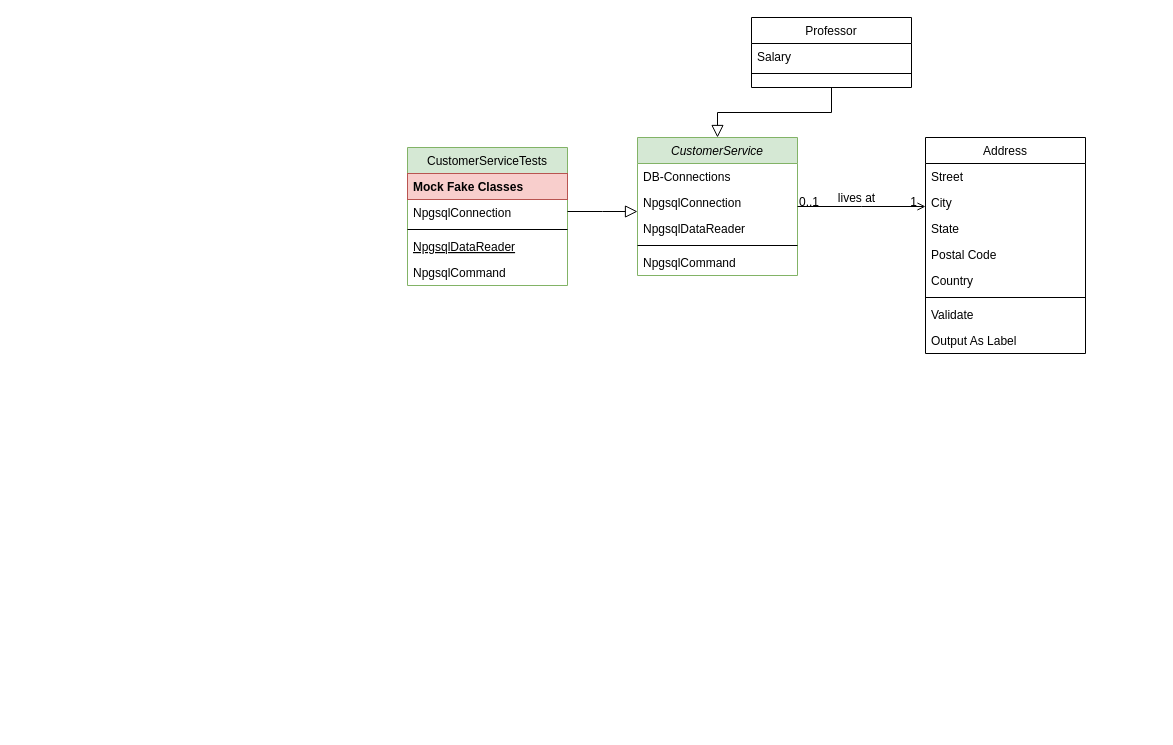
The draw.io diagram Untitled Diagram.drawio in Nishant1719/Portfolio, before the edit. Source tidied: cells renumbered, new cells numbered last; positions are measured from the earlier drawing's top-left corner, leaving out a move shared by most shapes. Both pictures are drawn from the tidied source at 100%, with x=0, y=0 at pixel (407, 17).
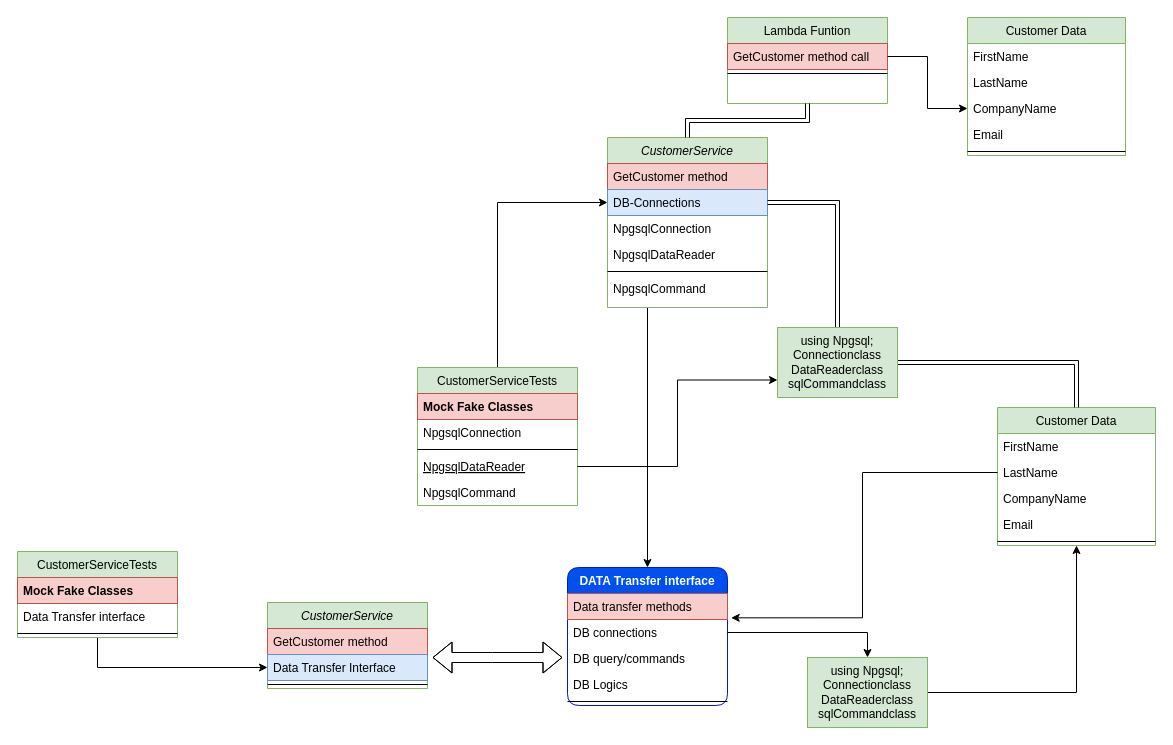
After the change.

Unchanged cells that the change refers to:
```xml
<mxCell id="12" value="NpgsqlDataReader" style="text;align=left;verticalAlign=top;spacingLeft=4;spacingRight=4;overflow=hidden;points=[[0,0.5],[1,0.5]];portConstraint=eastwest;fontStyle=4;" parent="8" vertex="1">
  <mxGeometry y="86" width="160" height="26" as="geometry" />
</mxCell>
```

Change to the diagram source:
```diff
@@
+    <mxCell id="32" style="edgeStyle=orthogonalEdgeStyle;rounded=0;jettySize=auto;html=1;exitX=0.25;exitY=1;exitDx=0;exitDy=0;" parent="1" edge="1" source="2" target="46">
+      <mxGeometry relative="1" as="geometry" />
+    </mxCell>
     <mxCell id="2" value="CustomerService" style="swimlane;fontStyle=2;align=center;verticalAlign=top;horizontal=1;startSize=26;rounded=0;shadow=0;strokeWidth=1;fillColor=#d5e8d4;strokeColor=#82b366;" parent="1" vertex="1">
-      <mxGeometry x="230" y="120" width="160" height="138" as="geometry" />
+      <mxGeometry x="200" y="120" width="160" height="170" as="geometry" />
     </mxCell>
+    <mxCell id="33" value="GetCustomer method" style="text;align=left;verticalAlign=top;spacingLeft=4;spacingRight=4;overflow=hidden;fillColor=#f8cecc;strokeColor=#b85450;" parent="2" vertex="1">
+      <mxGeometry y="26" width="160" height="26" as="geometry" />
+    </mxCell>
-    <mxCell id="3" value="DB-Connections " style="text;align=left;verticalAlign=top;spacingLeft=4;spacingRight=4;overflow=hidden;points=[[0,0.5],[1,0.5]];portConstraint=eastwest;" parent="2" vertex="1">
-      <mxGeometry y="26" width="160" height="26" as="geometry" />
+    <mxCell id="3" value="DB-Connections " style="text;align=left;verticalAlign=top;spacingLeft=4;spacingRight=4;overflow=hidden;points=[[0,0.5],[1,0.5]];portConstraint=eastwest;fillColor=#dae8fc;strokeColor=#6c8ebf;" parent="2" vertex="1">
+      <mxGeometry y="52" width="160" height="26" as="geometry" />
     </mxCell>
     <mxCell id="4" value="NpgsqlConnection" style="text;align=left;verticalAlign=top;spacingLeft=4;spacingRight=4;overflow=hidden;rounded=0;shadow=0;html=0;" parent="2" vertex="1">
-      <mxGeometry y="52" width="160" height="26" as="geometry" />
+      <mxGeometry y="78" width="160" height="26" as="geometry" />
     </mxCell>
     <mxCell id="5" value="NpgsqlDataReader" style="text;align=left;verticalAlign=top;spacingLeft=4;spacingRight=4;overflow=hidden;rounded=0;shadow=0;html=0;" parent="2" vertex="1">
-      <mxGeometry y="78" width="160" height="26" as="geometry" />
+      <mxGeometry y="104" width="160" height="26" as="geometry" />
     </mxCell>
     <mxCell id="6" style="line;html=1;strokeWidth=1;align=left;verticalAlign=middle;spacingTop=-1;spacingLeft=3;spacingRight=3;labelPosition=right;" parent="2" vertex="1">
-      <mxGeometry y="104" width="160" height="8" as="geometry" />
+      <mxGeometry y="130" width="160" height="8" as="geometry" />
     </mxCell>
     <mxCell id="7" value="NpgsqlCommand" style="text;align=left;verticalAlign=top;spacingLeft=4;spacingRight=4;overflow=hidden;" parent="2" vertex="1">
-      <mxGeometry y="112" width="160" height="26" as="geometry" />
+      <mxGeometry y="138" width="160" height="22" as="geometry" />
     </mxCell>
+    <mxCell id="34" style="edgeStyle=orthogonalEdgeStyle;rounded=0;jettySize=auto;html=1;entryX=0;entryY=0.5;entryDx=0;entryDy=0;" parent="1" edge="1" source="8" target="3">
+      <mxGeometry relative="1" as="geometry" />
+    </mxCell>
     <mxCell id="8" value="CustomerServiceTests" style="swimlane;fontStyle=0;align=center;verticalAlign=top;horizontal=1;startSize=26;rounded=0;shadow=0;strokeWidth=1;fillColor=#d5e8d4;strokeColor=#82b366;" parent="1" vertex="1">
-      <mxGeometry y="130" width="160" height="138" as="geometry" />
+      <mxGeometry x="10" y="350" width="160" height="138" as="geometry" />
     </mxCell>
@@
-    <mxCell id="14" style="endArrow=block;endSize=10;endFill=0;shadow=0;strokeWidth=1;rounded=0;edgeStyle=elbowEdgeStyle;elbow=vertical;" parent="1" edge="1" source="8" target="2">
-      <mxGeometry relative="1" as="geometry" />
-    </mxCell>
-    <mxCell id="15" value="Professor" style="swimlane;fontStyle=0;align=center;verticalAlign=top;horizontal=1;startSize=26;rounded=0;shadow=0;strokeWidth=1;" parent="1" vertex="1">
-      <mxGeometry x="344" width="160" height="70" as="geometry" />
+    <mxCell id="15" value="Lambda Funtion" style="swimlane;fontStyle=0;align=center;verticalAlign=top;horizontal=1;startSize=26;rounded=0;shadow=0;strokeWidth=1;fillColor=#d5e8d4;strokeColor=#82b366;" parent="1" vertex="1">
+      <mxGeometry x="320" width="160" height="86" as="geometry" />
     </mxCell>
-    <mxCell id="16" value="Salary" style="text;align=left;verticalAlign=top;spacingLeft=4;spacingRight=4;overflow=hidden;points=[[0,0.5],[1,0.5]];portConstraint=eastwest;" parent="15" vertex="1">
+    <mxCell id="16" value="GetCustomer method call" style="text;align=left;verticalAlign=top;spacingLeft=4;spacingRight=4;overflow=hidden;points=[[0,0.5],[1,0.5]];portConstraint=eastwest;fillColor=#f8cecc;strokeColor=#b85450;" parent="15" vertex="1">
       <mxGeometry y="26" width="160" height="26" as="geometry" />
     </mxCell>
@@
-    <mxCell id="18" style="endArrow=block;endSize=10;endFill=0;shadow=0;strokeWidth=1;rounded=0;edgeStyle=elbowEdgeStyle;elbow=vertical;" parent="1" edge="1" source="15" target="2">
+    <mxCell id="18" style="endArrow=block;endFill=0;shadow=0;strokeWidth=1;rounded=0;edgeStyle=elbowEdgeStyle;elbow=vertical;shape=link;" parent="1" edge="1" source="15" target="2">
       <mxGeometry relative="1" as="geometry" />
     </mxCell>
-    <mxCell id="19" value="Address" style="swimlane;fontStyle=0;align=center;verticalAlign=top;horizontal=1;startSize=26;rounded=0;shadow=0;strokeWidth=1;" parent="1" vertex="1">
-      <mxGeometry x="518" y="120" width="160" height="216" as="geometry" />
+    <mxCell id="19" value="Customer Data" style="swimlane;fontStyle=0;align=center;verticalAlign=top;horizontal=1;startSize=26;rounded=0;shadow=0;strokeWidth=1;fillColor=#d5e8d4;strokeColor=#82b366;" parent="1" vertex="1">
+      <mxGeometry x="560" width="158" height="138" as="geometry" />
     </mxCell>
-    <mxCell id="20" value="Street" style="text;align=left;verticalAlign=top;spacingLeft=4;spacingRight=4;overflow=hidden;" parent="19" vertex="1">
-      <mxGeometry y="26" width="160" height="26" as="geometry" />
+    <mxCell id="20" value="FirstName " style="text;align=left;verticalAlign=top;spacingLeft=4;spacingRight=4;overflow=hidden;" parent="19" vertex="1">
+      <mxGeometry y="26" width="158" height="26" as="geometry" />
     </mxCell>
-    <mxCell id="21" value="City" style="text;align=left;verticalAlign=top;spacingLeft=4;spacingRight=4;overflow=hidden;rounded=0;shadow=0;html=0;" parent="19" vertex="1">
-      <mxGeometry y="52" width="160" height="26" as="geometry" />
+    <mxCell id="21" value="LastName" style="text;align=left;verticalAlign=top;spacingLeft=4;spacingRight=4;overflow=hidden;rounded=0;shadow=0;html=0;" parent="19" vertex="1">
+      <mxGeometry y="52" width="158" height="26" as="geometry" />
     </mxCell>
-    <mxCell id="22" value="State" style="text;align=left;verticalAlign=top;spacingLeft=4;spacingRight=4;overflow=hidden;points=[[0,0.5],[1,0.5]];portConstraint=eastwest;rounded=0;shadow=0;html=0;" parent="19" vertex="1">
-      <mxGeometry y="78" width="160" height="26" as="geometry" />
+    <mxCell id="22" value="CompanyName " style="text;align=left;verticalAlign=top;spacingLeft=4;spacingRight=4;overflow=hidden;points=[[0,0.5],[1,0.5]];portConstraint=eastwest;rounded=0;shadow=0;html=0;" parent="19" vertex="1">
+      <mxGeometry y="78" width="158" height="26" as="geometry" />
     </mxCell>
-    <mxCell id="23" value="Postal Code" style="text;align=left;verticalAlign=top;spacingLeft=4;spacingRight=4;overflow=hidden;rounded=0;shadow=0;html=0;" parent="19" vertex="1">
-      <mxGeometry y="104" width="160" height="26" as="geometry" />
+    <mxCell id="23" value="Email" style="text;align=left;verticalAlign=top;spacingLeft=4;spacingRight=4;overflow=hidden;rounded=0;shadow=0;html=0;" parent="19" vertex="1">
+      <mxGeometry y="104" width="158" height="26" as="geometry" />
     </mxCell>
-    <mxCell id="24" value="Country" style="text;align=left;verticalAlign=top;spacingLeft=4;spacingRight=4;overflow=hidden;rounded=0;shadow=0;html=0;" parent="19" vertex="1">
-      <mxGeometry y="130" width="160" height="26" as="geometry" />
-    </mxCell>
     <mxCell id="25" style="line;html=1;strokeWidth=1;align=left;verticalAlign=middle;spacingTop=-1;spacingLeft=3;spacingRight=3;labelPosition=right;" parent="19" vertex="1">
-      <mxGeometry y="156" width="160" height="8" as="geometry" />
+      <mxGeometry y="130" width="158" height="8" as="geometry" />
     </mxCell>
-    <mxCell id="26" value="Validate" style="text;align=left;verticalAlign=top;spacingLeft=4;spacingRight=4;overflow=hidden;" parent="19" vertex="1">
-      <mxGeometry y="164" width="160" height="26" as="geometry" />
-    </mxCell>
-    <mxCell id="27" value="Output As Label" style="text;align=left;verticalAlign=top;spacingLeft=4;spacingRight=4;overflow=hidden;" parent="19" vertex="1">
-      <mxGeometry y="190" width="160" height="26" as="geometry" />
-    </mxCell>
-    <mxCell id="28" style="endArrow=open;shadow=0;strokeWidth=1;rounded=0;endFill=1;edgeStyle=elbowEdgeStyle;elbow=vertical;" parent="1" edge="1" source="2" target="19">
-      <mxGeometry x="0.5" y="41" relative="1" as="geometry">
-        <mxPoint x="-40" y="32" as="offset" />
-      </mxGeometry>
-    </mxCell>
-    <mxCell id="29" value="0..1" style="align=left;verticalAlign=bottom;labelBackgroundColor=none;fontSize=12;" parent="28" vertex="1">
-      <mxGeometry x="-1" relative="1" as="geometry">
-        <mxPoint y="4" as="offset" />
-      </mxGeometry>
-    </mxCell>
-    <mxCell id="30" value="1" style="align=right;verticalAlign=bottom;labelBackgroundColor=none;fontSize=12;" parent="28" vertex="1">
-      <mxGeometry x="1" relative="1" as="geometry">
-        <mxPoint x="-7" y="4" as="offset" />
-      </mxGeometry>
-    </mxCell>
-    <mxCell id="31" value="lives at" style="text;html=1;align=center;verticalAlign=middle;labelBackgroundColor=none;rounded=0;shadow=0;strokeWidth=1;fontSize=12;" parent="28" vertex="1">
-      <mxGeometry x="0.5" y="49" relative="1" as="geometry">
-        <mxPoint x="-38" y="40" as="offset" />
-      </mxGeometry>
-    </mxCell>
+    <mxCell id="35" style="edgeStyle=orthogonalEdgeStyle;rounded=0;jettySize=auto;html=1;" parent="1" edge="1" source="16" target="22">
+      <mxGeometry relative="1" as="geometry" />
+    </mxCell>
+    <mxCell id="36" value="Customer Data" style="swimlane;fontStyle=0;align=center;verticalAlign=top;horizontal=1;startSize=26;rounded=0;shadow=0;strokeWidth=1;fillColor=#d5e8d4;strokeColor=#82b366;" parent="1" vertex="1">
+      <mxGeometry x="590" y="390" width="158" height="138" as="geometry" />
+    </mxCell>
+    <mxCell id="37" value="FirstName " style="text;align=left;verticalAlign=top;spacingLeft=4;spacingRight=4;overflow=hidden;" parent="36" vertex="1">
+      <mxGeometry y="26" width="158" height="26" as="geometry" />
+    </mxCell>
+    <mxCell id="38" value="LastName" style="text;align=left;verticalAlign=top;spacingLeft=4;spacingRight=4;overflow=hidden;points=[[0,0.5],[1,0.5]];portConstraint=eastwest;rounded=0;shadow=0;html=0;" parent="36" vertex="1">
+      <mxGeometry y="52" width="158" height="26" as="geometry" />
+    </mxCell>
+    <mxCell id="39" value="CompanyName " style="text;align=left;verticalAlign=top;spacingLeft=4;spacingRight=4;overflow=hidden;rounded=0;shadow=0;html=0;" parent="36" vertex="1">
+      <mxGeometry y="78" width="158" height="26" as="geometry" />
+    </mxCell>
+    <mxCell id="40" value="Email" style="text;align=left;verticalAlign=top;spacingLeft=4;spacingRight=4;overflow=hidden;rounded=0;shadow=0;html=0;" parent="36" vertex="1">
+      <mxGeometry y="104" width="158" height="26" as="geometry" />
+    </mxCell>
+    <mxCell id="41" style="line;html=1;strokeWidth=1;align=left;verticalAlign=middle;spacingTop=-1;spacingLeft=3;spacingRight=3;labelPosition=right;" parent="36" vertex="1">
+      <mxGeometry y="130" width="158" height="8" as="geometry" />
+    </mxCell>
+    <mxCell id="42" style="edgeStyle=orthogonalEdgeStyle;rounded=0;jettySize=auto;html=1;entryX=0.5;entryY=0;entryDx=0;entryDy=0;shape=link;" parent="1" edge="1" source="44" target="36">
+      <mxGeometry relative="1" as="geometry" />
+    </mxCell>
+    <mxCell id="43" style="edgeStyle=orthogonalEdgeStyle;rounded=0;jettySize=auto;html=1;entryX=1;entryY=0.5;entryDx=0;entryDy=0;shape=link;" parent="1" edge="1" source="44" target="3">
+      <mxGeometry relative="1" as="geometry" />
+    </mxCell>
+    <mxCell id="44" value="using Npgsql;&lt;div&gt;Connectionclass&lt;br&gt;DataReaderclass&lt;/div&gt;&lt;div&gt;sqlCommandclass&lt;/div&gt;" style="whiteSpace=wrap;html=1;verticalAlign=top;fillColor=#d5e8d4;strokeColor=#82b366;fontStyle=0;startSize=26;rounded=0;shadow=0;strokeWidth=1;" parent="1" vertex="1">
+      <mxGeometry x="370" y="310" width="120" height="70" as="geometry" />
+    </mxCell>
+    <mxCell id="45" style="edgeStyle=orthogonalEdgeStyle;rounded=0;jettySize=auto;html=1;entryX=0;entryY=0.75;entryDx=0;entryDy=0;" parent="1" edge="1" source="12" target="44">
+      <mxGeometry relative="1" as="geometry" />
+    </mxCell>
+    <mxCell id="46" value="DATA Transfer interface" style="swimlane;fontStyle=1;align=center;verticalAlign=top;horizontal=1;startSize=26;rounded=1;shadow=0;strokeWidth=1;swimlaneLine=0;textShadow=0;fillColor=#0050ef;fontColor=#ffffff;strokeColor=#001DBC;" parent="1" vertex="1">
+      <mxGeometry x="160" y="550" width="160" height="138" as="geometry" />
+    </mxCell>
+    <mxCell id="47" value="Data transfer methods " style="text;align=left;verticalAlign=top;spacingLeft=4;spacingRight=4;overflow=hidden;fillColor=#f8cecc;strokeColor=#b85450;" parent="46" vertex="1">
+      <mxGeometry y="26" width="160" height="26" as="geometry" />
+    </mxCell>
+    <mxCell id="48" value="DB connections " style="text;align=left;verticalAlign=top;spacingLeft=4;spacingRight=4;overflow=hidden;points=[[0,0.5],[1,0.5]];portConstraint=eastwest;rounded=0;shadow=0;html=0;" parent="46" vertex="1">
+      <mxGeometry y="52" width="160" height="26" as="geometry" />
+    </mxCell>
+    <mxCell id="49" value="DB query/commands" style="text;align=left;verticalAlign=top;spacingLeft=4;spacingRight=4;overflow=hidden;rounded=0;shadow=0;html=0;" parent="46" vertex="1">
+      <mxGeometry y="78" width="160" height="26" as="geometry" />
+    </mxCell>
+    <mxCell id="50" value="DB Logics " style="text;align=left;verticalAlign=top;spacingLeft=4;spacingRight=4;overflow=hidden;rounded=0;shadow=0;html=0;" parent="46" vertex="1">
+      <mxGeometry y="104" width="160" height="26" as="geometry" />
+    </mxCell>
+    <mxCell id="51" style="line;html=1;strokeWidth=1;align=left;verticalAlign=middle;spacingTop=-1;spacingLeft=3;spacingRight=3;labelPosition=right;" parent="46" vertex="1">
+      <mxGeometry y="130" width="160" height="8" as="geometry" />
+    </mxCell>
+    <mxCell id="52" style="edgeStyle=orthogonalEdgeStyle;rounded=0;jettySize=auto;html=1;entryX=0.5;entryY=1;entryDx=0;entryDy=0;" parent="1" edge="1" source="53" target="36">
+      <mxGeometry relative="1" as="geometry" />
+    </mxCell>
+    <mxCell id="53" value="using Npgsql;&lt;div&gt;Connectionclass&lt;br&gt;DataReaderclass&lt;/div&gt;&lt;div&gt;sqlCommandclass&lt;/div&gt;" style="whiteSpace=wrap;html=1;verticalAlign=top;fillColor=#d5e8d4;strokeColor=#82b366;fontStyle=0;startSize=26;rounded=0;shadow=0;strokeWidth=1;" parent="1" vertex="1">
+      <mxGeometry x="400" y="640" width="120" height="70" as="geometry" />
+    </mxCell>
+    <mxCell id="54" style="edgeStyle=orthogonalEdgeStyle;rounded=0;jettySize=auto;html=1;entryX=0.5;entryY=0;entryDx=0;entryDy=0;" parent="1" edge="1" source="48" target="53">
+      <mxGeometry relative="1" as="geometry" />
+    </mxCell>
+    <mxCell id="55" style="edgeStyle=orthogonalEdgeStyle;rounded=0;jettySize=auto;html=1;entryX=1.023;entryY=-0.064;entryDx=0;entryDy=0;entryPerimeter=0;" parent="1" edge="1" source="38" target="48">
+      <mxGeometry relative="1" as="geometry" />
+    </mxCell>
+    <mxCell id="56" style="edgeStyle=orthogonalEdgeStyle;rounded=0;jettySize=auto;html=1;entryX=0;entryY=0.5;entryDx=0;entryDy=0;" parent="1" edge="1" source="57" target="64">
+      <mxGeometry relative="1" as="geometry" />
+    </mxCell>
+    <mxCell id="57" value="CustomerServiceTests" style="swimlane;fontStyle=0;align=center;verticalAlign=top;horizontal=1;startSize=26;rounded=0;shadow=0;strokeWidth=1;fillColor=#d5e8d4;strokeColor=#82b366;" parent="1" vertex="1">
+      <mxGeometry x="-390" y="534" width="160" height="86" as="geometry" />
+    </mxCell>
+    <mxCell id="58" value="Mock Fake Classes" style="text;align=left;verticalAlign=top;spacingLeft=4;spacingRight=4;overflow=hidden;fontStyle=1;fillColor=#f8cecc;strokeColor=#b85450;" parent="57" vertex="1">
+      <mxGeometry y="26" width="160" height="26" as="geometry" />
+    </mxCell>
+    <mxCell id="59" value="Data Transfer interface" style="text;align=left;verticalAlign=top;spacingLeft=4;spacingRight=4;overflow=hidden;rounded=0;shadow=0;html=0;" parent="57" vertex="1">
+      <mxGeometry y="52" width="160" height="26" as="geometry" />
+    </mxCell>
+    <mxCell id="60" style="line;html=1;strokeWidth=1;align=left;verticalAlign=middle;spacingTop=-1;spacingLeft=3;spacingRight=3;labelPosition=right;" parent="57" vertex="1">
+      <mxGeometry y="78" width="160" height="8" as="geometry" />
+    </mxCell>
+    <mxCell id="61" style="shape=flexArrow;endArrow=classic;startArrow=classic;html=1;rounded=0;" parent="1" edge="1">
+      <mxGeometry relative="1" as="geometry">
+        <mxPoint x="25" y="640" as="sourcePoint" />
+        <mxPoint x="155" y="640" as="targetPoint" />
+        <Array as="points">
+          <mxPoint x="85" y="640" />
+        </Array>
+      </mxGeometry>
+    </mxCell>
+    <mxCell id="62" value="CustomerService" style="swimlane;fontStyle=2;align=center;verticalAlign=top;horizontal=1;startSize=26;rounded=0;shadow=0;strokeWidth=1;fillColor=#d5e8d4;strokeColor=#82b366;" parent="1" vertex="1">
+      <mxGeometry x="-140" y="585" width="160" height="86" as="geometry" />
+    </mxCell>
+    <mxCell id="63" value="GetCustomer method" style="text;align=left;verticalAlign=top;spacingLeft=4;spacingRight=4;overflow=hidden;fillColor=#f8cecc;strokeColor=#b85450;" parent="62" vertex="1">
+      <mxGeometry y="26" width="160" height="26" as="geometry" />
+    </mxCell>
+    <mxCell id="64" value="Data Transfer Interface" style="text;align=left;verticalAlign=top;spacingLeft=4;spacingRight=4;overflow=hidden;points=[[0,0.5],[1,0.5]];portConstraint=eastwest;fillColor=#dae8fc;strokeColor=#6c8ebf;" parent="62" vertex="1">
+      <mxGeometry y="52" width="160" height="26" as="geometry" />
+    </mxCell>
+    <mxCell id="65" style="line;html=1;strokeWidth=1;align=left;verticalAlign=middle;spacingTop=-1;spacingLeft=3;spacingRight=3;labelPosition=right;" parent="62" vertex="1">
+      <mxGeometry y="78" width="160" height="8" as="geometry" />
+    </mxCell>
```
